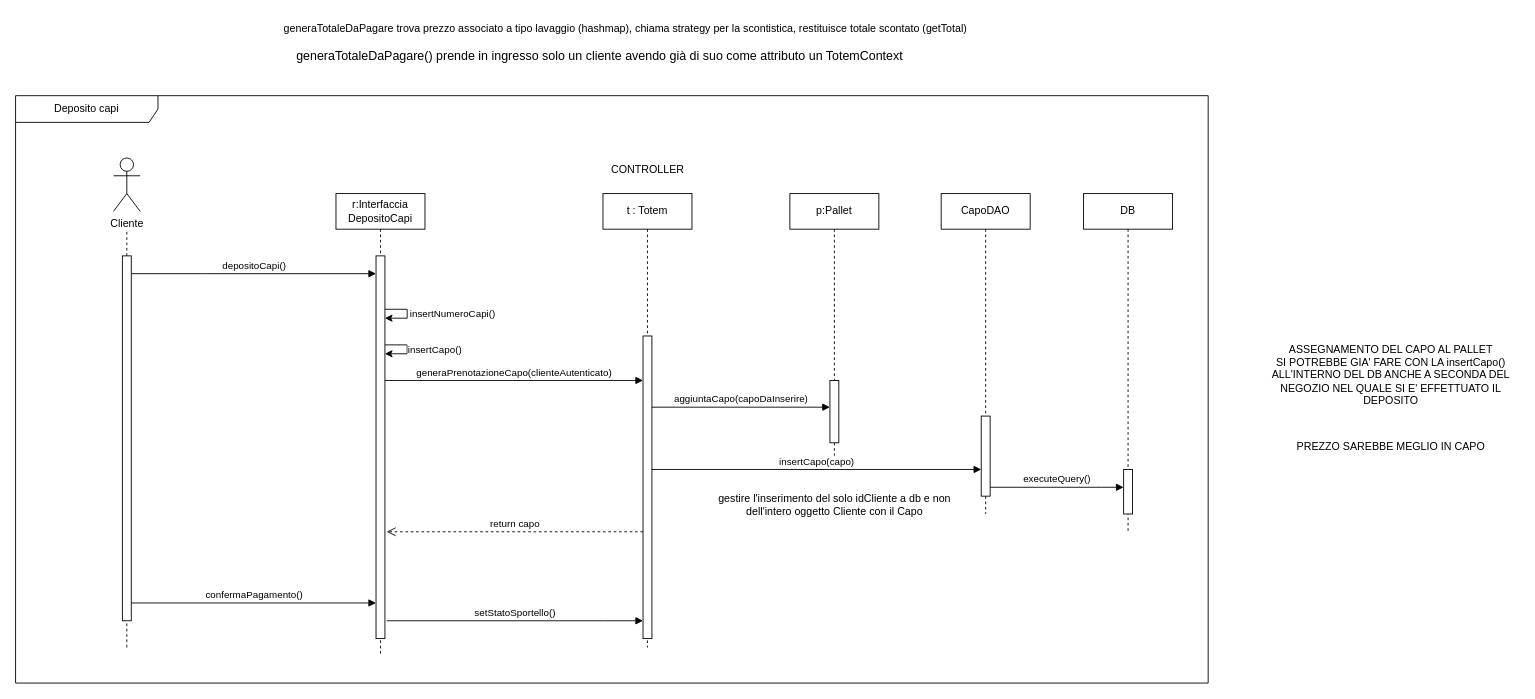
Earlier version of the draw.io diagram Docs/7 - Diagrammi Sequenze/DiagSeqUC2_SuccessScenario.drawio (IngSW-unipv/Progetto-M25). Source tidied: cells renumbered, new cells numbered last; positions are measured from the earlier drawing's top-left corner, leaving out a move shared by most shapes. Both pictures are drawn from the tidied source at 89%, with x=0, y=0 at pixel (15, 15).
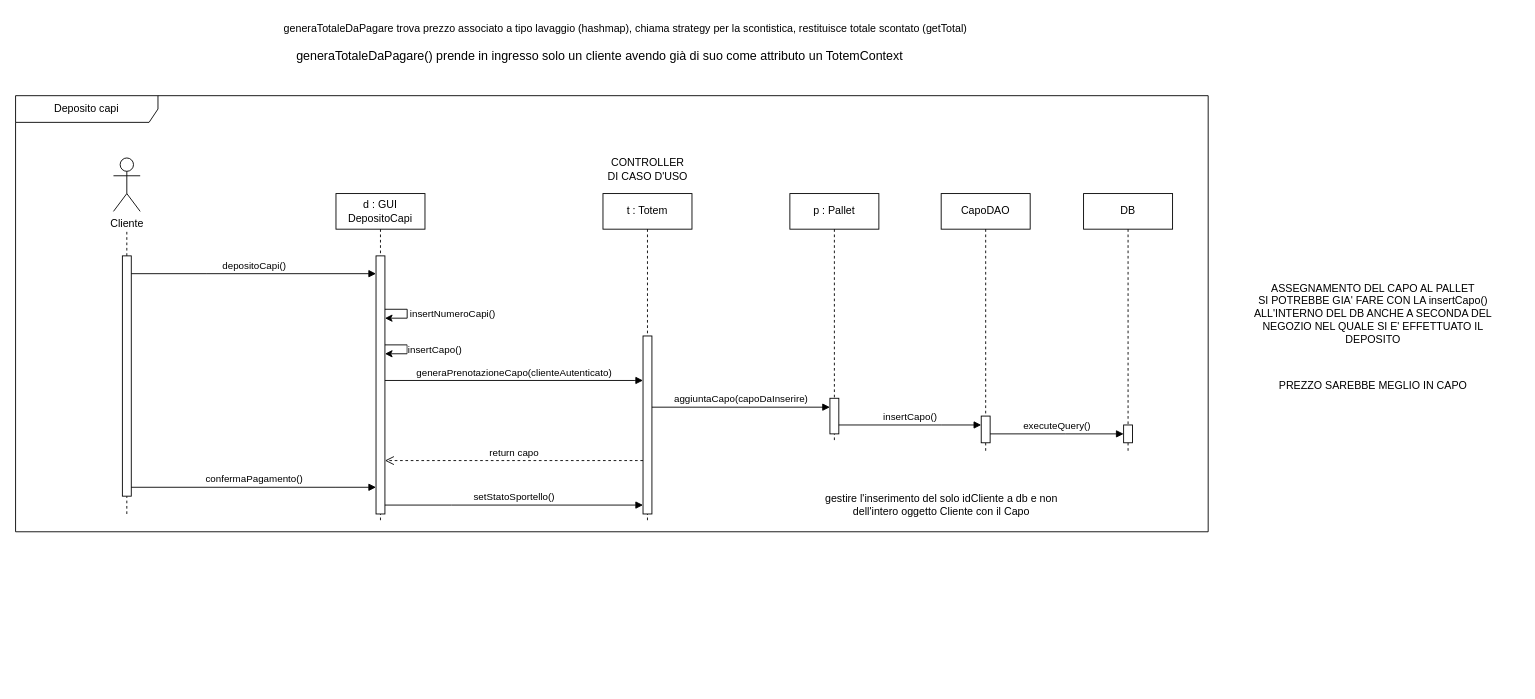
After the change.

Change to the diagram source:
```diff
@@
     <mxCell id="2" value="ASSEGNAMENTO DEL CAPO AL PALLET&lt;br&gt;SI POTREBBE GIA' FARE CON LA insertCapo()&lt;br&gt;ALL'INTERNO DEL DB ANCHE A SECONDA DEL&lt;br&gt;NEGOZIO NEL QUALE SI E' EFFETTUATO IL&lt;br&gt;DEPOSITO" style="text;html=1;align=center;verticalAlign=middle;strokeColor=none;fillColor=none;fontColor=light-dark(#000000,#FFFFFF);" parent="1" vertex="1">
-      <mxGeometry x="1400" y="359" width="290" height="90" as="geometry" />
+      <mxGeometry x="1380" y="290" width="290" height="90" as="geometry" />
     </mxCell>
     <mxCell id="3" value="PREZZO SAREBBE MEGLIO IN CAPO" style="text;html=1;align=center;verticalAlign=middle;strokeColor=none;fillColor=none;fontColor=light-dark(#000000,#FFFFFF);" parent="1" vertex="1">
-      <mxGeometry x="1430" y="470" width="230" height="30" as="geometry" />
+      <mxGeometry x="1410" y="401" width="230" height="30" as="geometry" />
     </mxCell>
-    <mxCell id="4" value="r:Interfaccia DepositoCapi" style="shape=umlLifeline;perimeter=lifelinePerimeter;whiteSpace=wrap;html=1;newEdgeStyle={&quot;edgeStyle&quot;:&quot;elbowEdgeStyle&quot;,&quot;elbow&quot;:&quot;vertical&quot;,&quot;curved&quot;:0,&quot;rounded&quot;:0};fontColor=light-dark(#000000,#FFFFFF);" parent="1" vertex="1">
-      <mxGeometry x="360" y="200" width="100" height="520" as="geometry" />
+    <mxCell id="4" value="d : GUI&lt;br&gt;DepositoCapi" style="shape=umlLifeline;perimeter=lifelinePerimeter;whiteSpace=wrap;html=1;newEdgeStyle={&quot;edgeStyle&quot;:&quot;elbowEdgeStyle&quot;,&quot;elbow&quot;:&quot;vertical&quot;,&quot;curved&quot;:0,&quot;rounded&quot;:0};fontColor=light-dark(#000000,#FFFFFF);" parent="1" vertex="1">
+      <mxGeometry x="360" y="200" width="100" height="370" as="geometry" />
     </mxCell>
     <mxCell id="5" style="html=1;points=[];perimeter=orthogonalPerimeter;outlineConnect=0;targetShapes=umlLifeline;portConstraint=eastwest;newEdgeStyle={&quot;edgeStyle&quot;:&quot;elbowEdgeStyle&quot;,&quot;elbow&quot;:&quot;vertical&quot;,&quot;curved&quot;:0,&quot;rounded&quot;:0};fontColor=light-dark(#000000,#FFFFFF);" parent="4" vertex="1">
-      <mxGeometry x="45" y="70" width="10" height="430" as="geometry" />
+      <mxGeometry x="45" y="70" width="10" height="290" as="geometry" />
     </mxCell>
     <mxCell id="6" value="t : Totem" style="shape=umlLifeline;perimeter=lifelinePerimeter;whiteSpace=wrap;html=1;newEdgeStyle={&quot;edgeStyle&quot;:&quot;elbowEdgeStyle&quot;,&quot;elbow&quot;:&quot;vertical&quot;,&quot;curved&quot;:0,&quot;rounded&quot;:0};fontColor=light-dark(#000000,#FFFFFF);" parent="1" vertex="1">
-      <mxGeometry x="660" y="200" width="100" height="510" as="geometry" />
+      <mxGeometry x="660" y="200" width="100" height="370" as="geometry" />
     </mxCell>
     <mxCell id="7" style="html=1;points=[];perimeter=orthogonalPerimeter;outlineConnect=0;targetShapes=umlLifeline;portConstraint=eastwest;newEdgeStyle={&quot;edgeStyle&quot;:&quot;elbowEdgeStyle&quot;,&quot;elbow&quot;:&quot;vertical&quot;,&quot;curved&quot;:0,&quot;rounded&quot;:0};fontColor=light-dark(#000000,#FFFFFF);" parent="6" vertex="1">
-      <mxGeometry x="45" y="160" width="10" height="340" as="geometry" />
+      <mxGeometry x="45" y="160" width="10" height="200" as="geometry" />
     </mxCell>
-    <mxCell id="8" value="return capo" style="html=1;verticalAlign=bottom;endArrow=open;dashed=1;endSize=8;edgeStyle=elbowEdgeStyle;elbow=vertical;curved=0;rounded=0;fontColor=light-dark(#000000,#FFFFFF);" parent="1" edge="1" source="7">
+    <mxCell id="8" value="return capo" style="html=1;verticalAlign=bottom;endArrow=open;dashed=1;endSize=8;edgeStyle=elbowEdgeStyle;elbow=vertical;curved=0;rounded=0;fontColor=light-dark(#000000,#FFFFFF);" parent="1" edge="1" source="7" target="5">
       <mxGeometry relative="1" as="geometry">
-        <mxPoint x="417" y="580" as="targetPoint" />
         <Array as="points">
+          <mxPoint x="600" y="500" />
           <mxPoint x="632" y="580" />
         </Array>
       </mxGeometry>
     </mxCell>
     <mxCell id="9" value="Deposito capi" style="shape=umlFrame;whiteSpace=wrap;html=1;width=160;fontColor=light-dark(#000000,#FFFFFF);" parent="1" vertex="1">
-      <mxGeometry y="90" width="1340" height="660" as="geometry" />
+      <mxGeometry y="90" width="1340" height="490" as="geometry" />
     </mxCell>
@@
     <mxCell id="12" style="endArrow=none;dashed=1;html=1;rounded=0;fontColor=light-dark(#000000,#FFFFFF);" parent="1" edge="1" target="13">
       <mxGeometry relative="1" as="geometry">
-        <mxPoint x="125" y="710" as="sourcePoint" />
+        <mxPoint x="125" y="560" as="sourcePoint" />
       </mxGeometry>
     </mxCell>
     <mxCell id="13" style="html=1;points=[];perimeter=orthogonalPerimeter;outlineConnect=0;targetShapes=umlLifeline;portConstraint=eastwest;newEdgeStyle={&quot;edgeStyle&quot;:&quot;elbowEdgeStyle&quot;,&quot;elbow&quot;:&quot;vertical&quot;,&quot;curved&quot;:0,&quot;rounded&quot;:0};fontColor=light-dark(#000000,#FFFFFF);" parent="1" vertex="1">
-      <mxGeometry x="120" y="270" width="10" height="410" as="geometry" />
+      <mxGeometry x="120" y="270" width="10" height="270" as="geometry" />
     </mxCell>
@@
     <mxCell id="15" value="DB" style="shape=umlLifeline;perimeter=lifelinePerimeter;whiteSpace=wrap;html=1;newEdgeStyle={&quot;edgeStyle&quot;:&quot;elbowEdgeStyle&quot;,&quot;elbow&quot;:&quot;vertical&quot;,&quot;curved&quot;:0,&quot;rounded&quot;:0};fontColor=light-dark(#000000,#FFFFFF);" parent="1" vertex="1">
-      <mxGeometry x="1200" y="200" width="100" height="380" as="geometry" />
+      <mxGeometry x="1200" y="200" width="100" height="290" as="geometry" />
     </mxCell>
     <mxCell id="16" style="html=1;points=[];perimeter=orthogonalPerimeter;outlineConnect=0;targetShapes=umlLifeline;portConstraint=eastwest;newEdgeStyle={&quot;edgeStyle&quot;:&quot;elbowEdgeStyle&quot;,&quot;elbow&quot;:&quot;vertical&quot;,&quot;curved&quot;:0,&quot;rounded&quot;:0};fontColor=light-dark(#000000,#FFFFFF);" parent="15" vertex="1">
-      <mxGeometry x="45" y="310" width="10" height="50" as="geometry" />
+      <mxGeometry x="45" y="260" width="10" height="20" as="geometry" />
     </mxCell>
@@
-    <mxCell id="18" value="p:Pallet" style="shape=umlLifeline;perimeter=lifelinePerimeter;whiteSpace=wrap;html=1;newEdgeStyle={&quot;edgeStyle&quot;:&quot;elbowEdgeStyle&quot;,&quot;elbow&quot;:&quot;vertical&quot;,&quot;curved&quot;:0,&quot;rounded&quot;:0};fontColor=light-dark(#000000,#FFFFFF);" parent="1" vertex="1">
-      <mxGeometry x="870" y="200" width="100" height="300" as="geometry" />
+    <mxCell id="18" value="p : Pallet" style="shape=umlLifeline;perimeter=lifelinePerimeter;whiteSpace=wrap;html=1;newEdgeStyle={&quot;edgeStyle&quot;:&quot;elbowEdgeStyle&quot;,&quot;elbow&quot;:&quot;vertical&quot;,&quot;curved&quot;:0,&quot;rounded&quot;:0};fontColor=light-dark(#000000,#FFFFFF);" parent="1" vertex="1">
+      <mxGeometry x="870" y="200" width="100" height="280" as="geometry" />
     </mxCell>
     <mxCell id="19" style="html=1;points=[];perimeter=orthogonalPerimeter;outlineConnect=0;targetShapes=umlLifeline;portConstraint=eastwest;newEdgeStyle={&quot;edgeStyle&quot;:&quot;elbowEdgeStyle&quot;,&quot;elbow&quot;:&quot;vertical&quot;,&quot;curved&quot;:0,&quot;rounded&quot;:0};fontColor=light-dark(#000000,#FFFFFF);" parent="18" vertex="1">
-      <mxGeometry x="45" y="210" width="10" height="70" as="geometry" />
+      <mxGeometry x="45" y="230" width="10" height="40" as="geometry" />
     </mxCell>
-    <mxCell id="20" value="confermaPagamento()" style="html=1;verticalAlign=bottom;endArrow=block;edgeStyle=elbowEdgeStyle;elbow=vertical;curved=0;rounded=0;fontColor=light-dark(#000000,#FFFFFF);" parent="1" edge="1" target="5">
+    <mxCell id="20" value="confermaPagamento()" style="html=1;verticalAlign=bottom;endArrow=block;edgeStyle=elbowEdgeStyle;elbow=vertical;curved=0;rounded=0;fontColor=light-dark(#000000,#FFFFFF);" parent="1" edge="1" source="13" target="5">
       <mxGeometry relative="1" as="geometry">
-        <mxPoint x="130" y="660" as="sourcePoint" />
         <Array as="points">
+          <mxPoint x="360" y="530" />
           <mxPoint x="330" y="660" />
           <mxPoint x="415" y="694.6" />
           <mxPoint x="335" y="604.6" />
         </Array>
       </mxGeometry>
     </mxCell>
-    <mxCell id="21" value="setStatoSportello()" style="html=1;verticalAlign=bottom;endArrow=block;edgeStyle=elbowEdgeStyle;elbow=vertical;curved=0;rounded=0;fontColor=light-dark(#000000,#FFFFFF);" parent="1" edge="1" target="7">
+    <mxCell id="21" value="setStatoSportello()" style="html=1;verticalAlign=bottom;endArrow=block;edgeStyle=elbowEdgeStyle;elbow=vertical;curved=0;rounded=0;fontColor=light-dark(#000000,#FFFFFF);" parent="1" edge="1" source="5" target="7">
       <mxGeometry relative="1" as="geometry">
-        <mxPoint x="417" y="680" as="sourcePoint" />
         <Array as="points">
+          <mxPoint x="490" y="550" />
           <mxPoint x="662" y="680" />
           <mxPoint x="702" y="710" />
           <mxPoint x="622" y="620" />
         </Array>
       </mxGeometry>
     </mxCell>
-    <mxCell id="22" value="CONTROLLER" style="text;html=1;align=center;verticalAlign=middle;strokeColor=none;fillColor=none;fontColor=light-dark(#000000,#FFFFFF);" parent="1" vertex="1">
-      <mxGeometry x="655" y="158" width="110" height="30" as="geometry" />
+    <mxCell id="22" value="CONTROLLER&lt;br&gt;DI CASO D'USO" style="text;html=1;align=center;verticalAlign=middle;strokeColor=none;fillColor=none;fontColor=light-dark(#000000,#FFFFFF);" parent="1" vertex="1">
+      <mxGeometry x="655" y="153" width="110" height="40" as="geometry" />
     </mxCell>
@@
     <mxCell id="26" value="gestire l'inserimento del solo idCliente a db e non &lt;br&gt;dell'intero oggetto Cliente con il Capo" style="text;html=1;align=center;verticalAlign=middle;strokeColor=none;fillColor=none;fontColor=light-dark(#000000,#FFFFFF);" parent="1" vertex="1">
-      <mxGeometry x="780" y="530" width="280" height="40" as="geometry" />
+      <mxGeometry x="900" y="530" width="280" height="40" as="geometry" />
     </mxCell>
@@
     <mxCell id="29" value="CapoDAO" style="shape=umlLifeline;perimeter=lifelinePerimeter;whiteSpace=wrap;html=1;newEdgeStyle={&quot;edgeStyle&quot;:&quot;elbowEdgeStyle&quot;,&quot;elbow&quot;:&quot;vertical&quot;,&quot;curved&quot;:0,&quot;rounded&quot;:0};fontColor=light-dark(#000000,#FFFFFF);" parent="1" vertex="1">
-      <mxGeometry x="1040" y="200" width="100" height="360" as="geometry" />
+      <mxGeometry x="1040" y="200" width="100" height="290" as="geometry" />
     </mxCell>
     <mxCell id="30" style="html=1;points=[];perimeter=orthogonalPerimeter;outlineConnect=0;targetShapes=umlLifeline;portConstraint=eastwest;newEdgeStyle={&quot;edgeStyle&quot;:&quot;elbowEdgeStyle&quot;,&quot;elbow&quot;:&quot;vertical&quot;,&quot;curved&quot;:0,&quot;rounded&quot;:0};fontColor=light-dark(#000000,#FFFFFF);" parent="29" vertex="1">
-      <mxGeometry x="45" y="250" width="10" height="90" as="geometry" />
+      <mxGeometry x="45" y="250" width="10" height="30" as="geometry" />
     </mxCell>
-    <mxCell id="31" value="insertCapo(capo)" style="html=1;verticalAlign=bottom;endArrow=block;edgeStyle=elbowEdgeStyle;elbow=vertical;curved=0;rounded=0;fontColor=light-dark(#000000,#FFFFFF);" parent="1" edge="1" source="7" target="30">
+    <mxCell id="31" value="insertCapo()" style="html=1;verticalAlign=bottom;endArrow=block;edgeStyle=elbowEdgeStyle;elbow=vertical;curved=0;rounded=0;fontColor=light-dark(#000000,#FFFFFF);" parent="1" edge="1" source="19" target="30">
       <mxGeometry relative="1" as="geometry">
         <Array as="points">
-          <mxPoint x="915" y="510" />
-          <mxPoint x="1080" y="544.6" />
-          <mxPoint x="1000" y="454.6" />
+          <mxPoint x="1040" y="460" />
+          <mxPoint x="1295" y="494.2" />
+          <mxPoint x="1215" y="404.2" />
         </Array>
       </mxGeometry>
     </mxCell>
     <mxCell id="32" value="executeQuery()" style="html=1;verticalAlign=bottom;endArrow=block;edgeStyle=elbowEdgeStyle;elbow=vertical;curved=0;rounded=0;fontColor=light-dark(#000000,#FFFFFF);" parent="1" edge="1" source="30" target="16">
       <mxGeometry relative="1" as="geometry">
         <Array as="points">
+          <mxPoint x="1180" y="470" />
           <mxPoint x="1220" y="530" />
           <mxPoint x="1450" y="564.6" />
           <mxPoint x="1370" y="474.6" />
         </Array>
       </mxGeometry>
     </mxCell>
```
